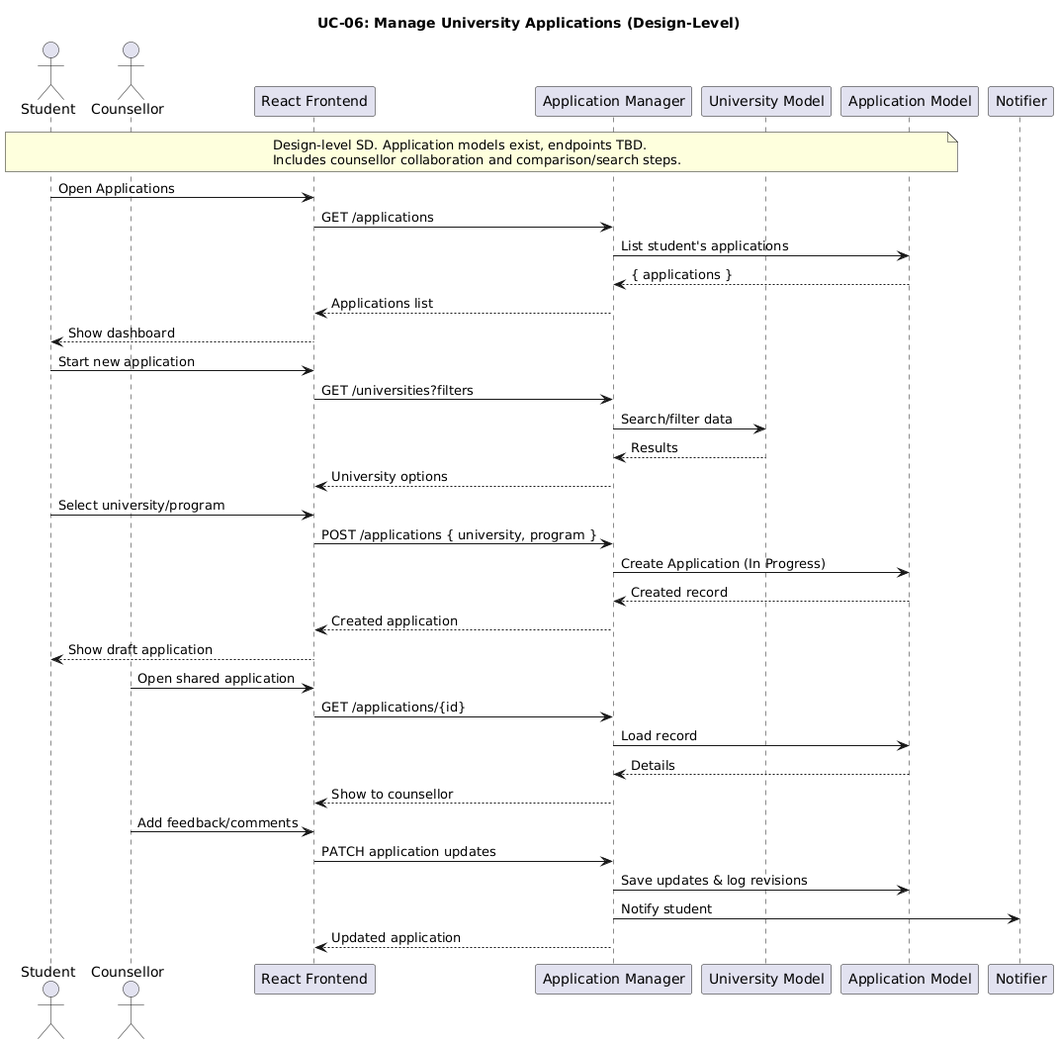
MMMustafakamran/SDs keeps this PlantUML diagram as planttext/us6-v1.png. Above is the earlier version.
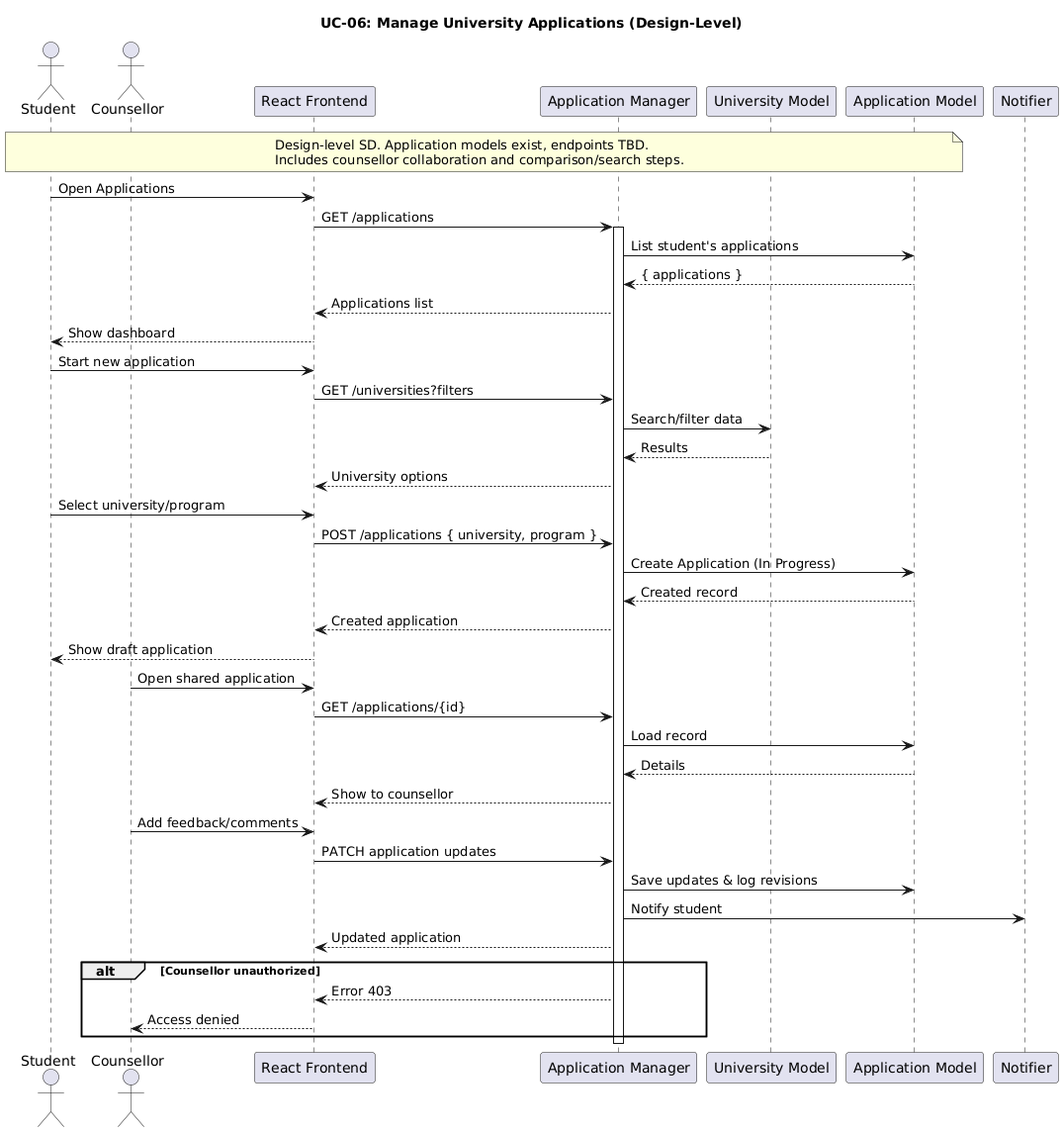
The same file after the commit.

Diff of the diagram source:
```diff
@@ -16,6 +16,7 @@
 
 Student -> Frontend : Open Applications
 Frontend -> ApplicationAPI : GET /applications
+activate ApplicationAPI
 ApplicationAPI -> Application : List student's applications
 Application --> ApplicationAPI : { applications }
 ApplicationAPI --> Frontend : Applications list
@@ -43,4 +44,11 @@
 ApplicationAPI -> Application : Save updates & log revisions
 ApplicationAPI -> Notification : Notify student
 ApplicationAPI --> Frontend : Updated application
+
+alt Counsellor unauthorized
+    ApplicationAPI --> Frontend : Error 403
+    Frontend --> Counsellor : Access denied
+end
+
+deactivate ApplicationAPI
 @enduml
```
